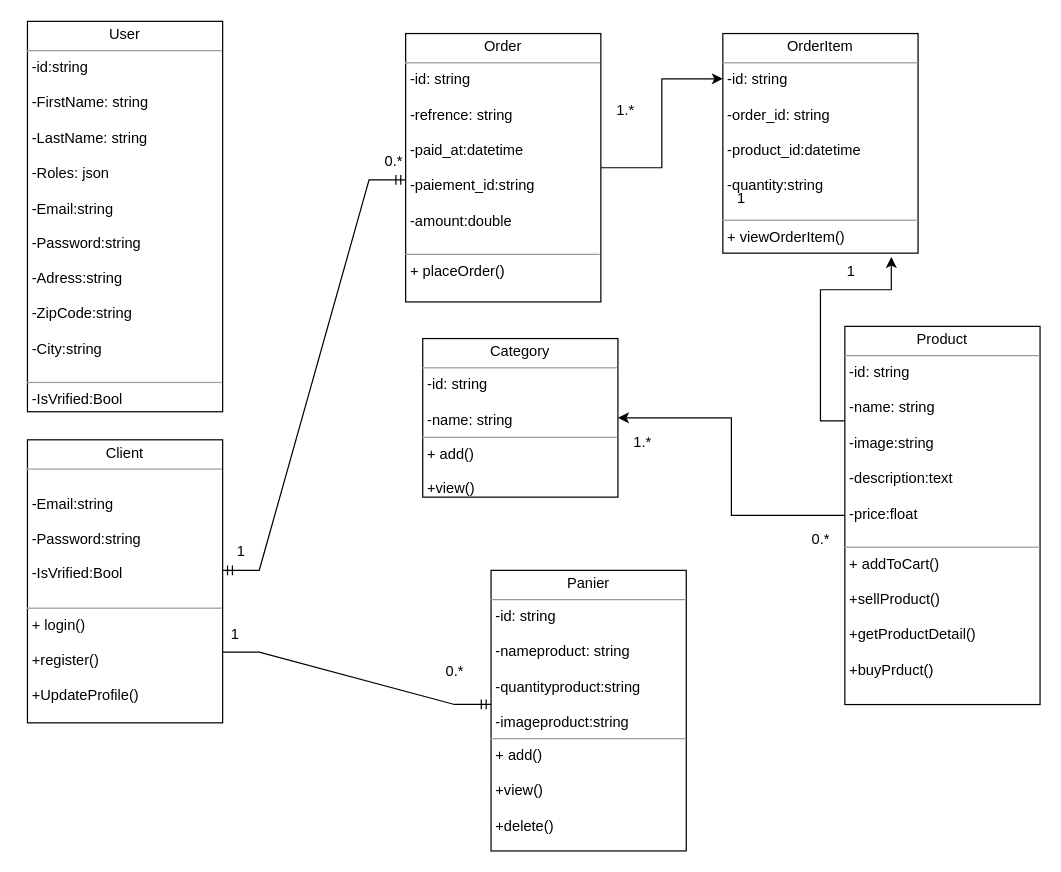
The draw.io diagram back-end/docs/DIAGRAMECLASS/Diagramme sans nom.drawio in manelbenali06/BWM, before the edit. Source tidied: cells renumbered, new cells numbered last; positions are measured from the earlier drawing's top-left corner, leaving out a move shared by most shapes. Both pictures are drawn from the tidied source at 122%, with x=0, y=0 at pixel (27, 21).
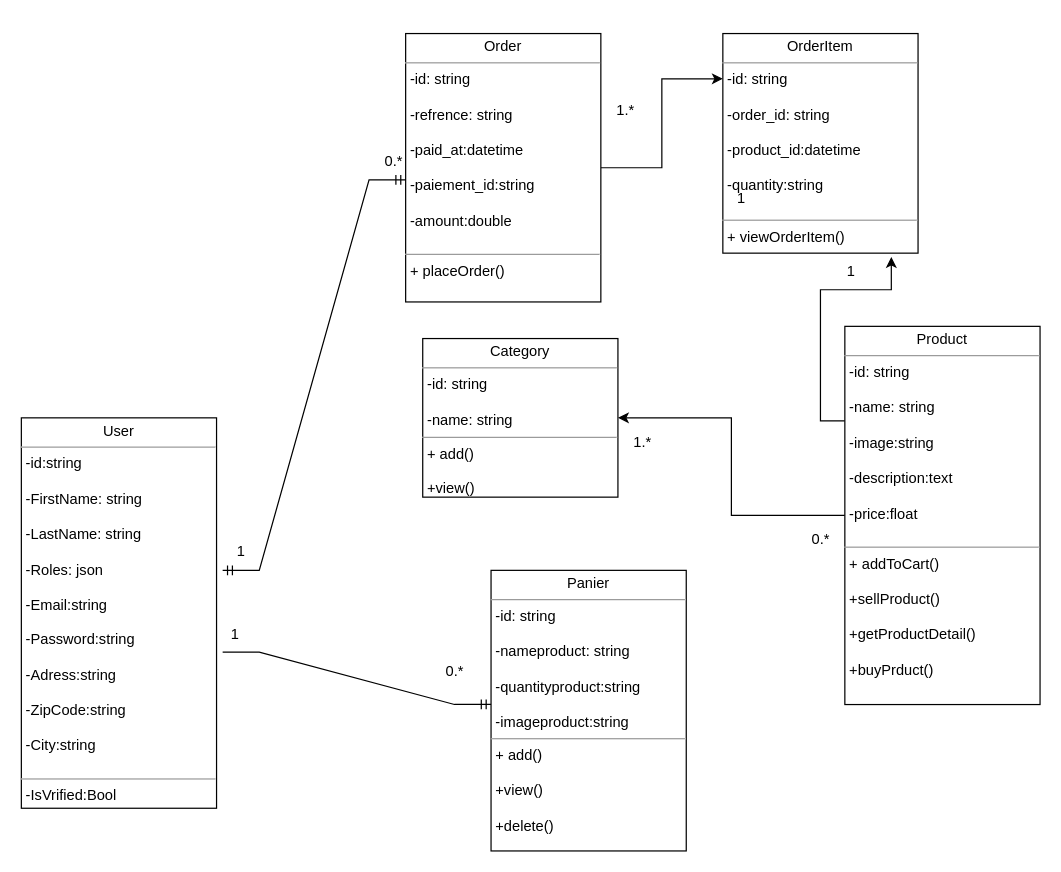
The same page after the edit.

The change refers to these unchanged cells:
```xml
<mxCell id="16" value="&lt;p style=&quot;margin:0px;margin-top:4px;text-align:center;&quot;&gt;Panier&lt;/p&gt;&lt;hr size=&quot;1&quot;&gt;&lt;p style=&quot;margin:0px;margin-left:4px;&quot;&gt;-id: string&lt;/p&gt;&lt;p style=&quot;margin:0px;margin-left:4px;&quot;&gt;&lt;br&gt;&lt;/p&gt;&lt;p style=&quot;margin:0px;margin-left:4px;&quot;&gt;-nameproduct: string&lt;/p&gt;&lt;p style=&quot;margin:0px;margin-left:4px;&quot;&gt;&lt;br&gt;&lt;/p&gt;&lt;p style=&quot;margin:0px;margin-left:4px;&quot;&gt;-quantityproduct:string&lt;/p&gt;&lt;p style=&quot;margin:0px;margin-left:4px;&quot;&gt;&lt;br&gt;&lt;/p&gt;&lt;p style=&quot;margin:0px;margin-left:4px;&quot;&gt;-imageproduct:string&lt;/p&gt;&lt;hr size=&quot;1&quot;&gt;&lt;p style=&quot;margin:0px;margin-left:4px;&quot;&gt;+ add()&lt;/p&gt;&lt;p style=&quot;margin:0px;margin-left:4px;&quot;&gt;&lt;br&gt;&lt;/p&gt;&lt;p style=&quot;margin:0px;margin-left:4px;&quot;&gt;+view()&lt;/p&gt;&lt;p style=&quot;margin:0px;margin-left:4px;&quot;&gt;&lt;br&gt;&lt;/p&gt;&lt;p style=&quot;margin:0px;margin-left:4px;&quot;&gt;+delete()&lt;/p&gt;&lt;p style=&quot;margin:0px;margin-left:4px;&quot;&gt;&lt;br&gt;&lt;/p&gt;&lt;p style=&quot;margin:0px;margin-left:4px;&quot;&gt;&lt;br&gt;&lt;/p&gt;" style="verticalAlign=top;align=left;overflow=fill;fontSize=12;fontFamily=Helvetica;html=1;whiteSpace=wrap;" parent="1" vertex="1">
  <mxGeometry x="380" y="450" width="160" height="230" as="geometry" />
</mxCell>
```

What changed in the source:
```diff
@@
     <mxCell id="2" value="&lt;p style=&quot;margin:0px;margin-top:4px;text-align:center;&quot;&gt;User&lt;/p&gt;&lt;hr size=&quot;1&quot;&gt;&lt;p style=&quot;margin:0px;margin-left:4px;&quot;&gt;-id:string&lt;/p&gt;&lt;p style=&quot;margin:0px;margin-left:4px;&quot;&gt;&lt;br&gt;&lt;/p&gt;&lt;p style=&quot;margin:0px;margin-left:4px;&quot;&gt;-FirstName: string&lt;br&gt;&lt;/p&gt;&lt;p style=&quot;margin:0px;margin-left:4px;&quot;&gt;&lt;br&gt;&lt;/p&gt;&lt;p style=&quot;margin:0px;margin-left:4px;&quot;&gt;-LastName: string&lt;br&gt;&lt;/p&gt;&lt;p style=&quot;margin:0px;margin-left:4px;&quot;&gt;&lt;br&gt;&lt;/p&gt;&lt;p style=&quot;margin:0px;margin-left:4px;&quot;&gt;-Roles: json&lt;/p&gt;&lt;p style=&quot;margin:0px;margin-left:4px;&quot;&gt;&lt;br style=&quot;border-color: var(--border-color);&quot;&gt;-Email:string&lt;br&gt;&lt;/p&gt;&lt;p style=&quot;margin:0px;margin-left:4px;&quot;&gt;&lt;br style=&quot;border-color: var(--border-color);&quot;&gt;-Password:string&lt;br style=&quot;border-color: var(--border-color);&quot;&gt;&lt;br style=&quot;border-color: var(--border-color);&quot;&gt;-Adress:string&lt;br style=&quot;border-color: var(--border-color);&quot;&gt;&lt;br style=&quot;border-color: var(--border-color);&quot;&gt;-ZipCode:string&lt;br style=&quot;border-color: var(--border-color);&quot;&gt;&lt;br style=&quot;border-color: var(--border-color);&quot;&gt;-City:string&lt;br style=&quot;border-color: var(--border-color);&quot;&gt;&lt;br&gt;&lt;/p&gt;&lt;hr size=&quot;1&quot;&gt;&lt;p style=&quot;margin:0px;margin-left:4px;&quot;&gt;-IsVrified:Bool&lt;br&gt;&lt;/p&gt;" style="verticalAlign=top;align=left;overflow=fill;fontSize=12;fontFamily=Helvetica;html=1;whiteSpace=wrap;" parent="1" vertex="1">
-      <mxGeometry width="160" height="320" as="geometry" />
+      <mxGeometry x="-5" y="325" width="160" height="320" as="geometry" />
     </mxCell>
@@
-    <mxCell id="15" value="&lt;p style=&quot;margin:0px;margin-top:4px;text-align:center;&quot;&gt;Client&lt;/p&gt;&lt;hr size=&quot;1&quot;&gt;&lt;p style=&quot;margin:0px;margin-left:4px;&quot;&gt;&lt;br&gt;&lt;/p&gt;&lt;p style=&quot;margin:0px;margin-left:4px;&quot;&gt;-Email:string&lt;br&gt;&lt;/p&gt;&lt;p style=&quot;margin:0px;margin-left:4px;&quot;&gt;&lt;br style=&quot;border-color: var(--border-color);&quot;&gt;-Password:string&lt;br style=&quot;border-color: var(--border-color);&quot;&gt;&lt;br style=&quot;border-color: var(--border-color);&quot;&gt;-IsVrified:Bool&lt;br&gt;&lt;/p&gt;&lt;p style=&quot;margin:0px;margin-left:4px;&quot;&gt;&lt;br&gt;&lt;/p&gt;&lt;hr size=&quot;1&quot;&gt;&lt;p style=&quot;border-color: var(--border-color); margin: 0px 0px 0px 4px;&quot;&gt;+ login()&lt;/p&gt;&lt;p style=&quot;border-color: var(--border-color); margin: 0px 0px 0px 4px;&quot;&gt;&lt;br style=&quot;border-color: var(--border-color);&quot;&gt;&lt;/p&gt;&lt;p style=&quot;border-color: var(--border-color); margin: 0px 0px 0px 4px;&quot;&gt;+register()&lt;/p&gt;&lt;p style=&quot;border-color: var(--border-color); margin: 0px 0px 0px 4px;&quot;&gt;&lt;br style=&quot;border-color: var(--border-color);&quot;&gt;&lt;/p&gt;&lt;p style=&quot;border-color: var(--border-color); margin: 0px 0px 0px 4px;&quot;&gt;+UpdateProfile()&lt;/p&gt;" style="verticalAlign=top;align=left;overflow=fill;fontSize=12;fontFamily=Helvetica;html=1;whiteSpace=wrap;" parent="1" vertex="1">
-      <mxGeometry y="343" width="160" height="232" as="geometry" />
-    </mxCell>
@@
-    <mxCell id="17" style="edgeStyle=entityRelationEdgeStyle;fontSize=12;html=1;endArrow=ERmandOne;startArrow=ERmandOne;rounded=0;exitX=1;exitY=0.461;exitDx=0;exitDy=0;exitPerimeter=0;" parent="1" edge="1" source="15">
+    <mxCell id="17" style="edgeStyle=entityRelationEdgeStyle;fontSize=12;html=1;endArrow=ERmandOne;startArrow=ERmandOne;rounded=0;exitX=1;exitY=0.461;exitDx=0;exitDy=0;exitPerimeter=0;" parent="1" edge="1">
       <mxGeometry relative="1" as="geometry">
+        <mxPoint x="160" y="450" as="sourcePoint" />
         <mxPoint x="310" y="130" as="targetPoint" />
       </mxGeometry>
     </mxCell>
@@
-    <mxCell id="20" style="edgeStyle=entityRelationEdgeStyle;fontSize=12;html=1;endArrow=ERmandOne;rounded=0;exitX=1;exitY=0.75;exitDx=0;exitDy=0;entryX=0;entryY=0.478;entryDx=0;entryDy=0;entryPerimeter=0;" parent="1" edge="1" source="15" target="16">
-      <mxGeometry relative="1" as="geometry" />
+    <mxCell id="20" style="edgeStyle=entityRelationEdgeStyle;fontSize=12;html=1;endArrow=ERmandOne;rounded=0;exitX=1;exitY=0.75;exitDx=0;exitDy=0;entryX=0;entryY=0.478;entryDx=0;entryDy=0;entryPerimeter=0;" parent="1" edge="1" target="16">
+      <mxGeometry relative="1" as="geometry">
+        <mxPoint x="160" y="517" as="sourcePoint" />
+      </mxGeometry>
     </mxCell>
```
